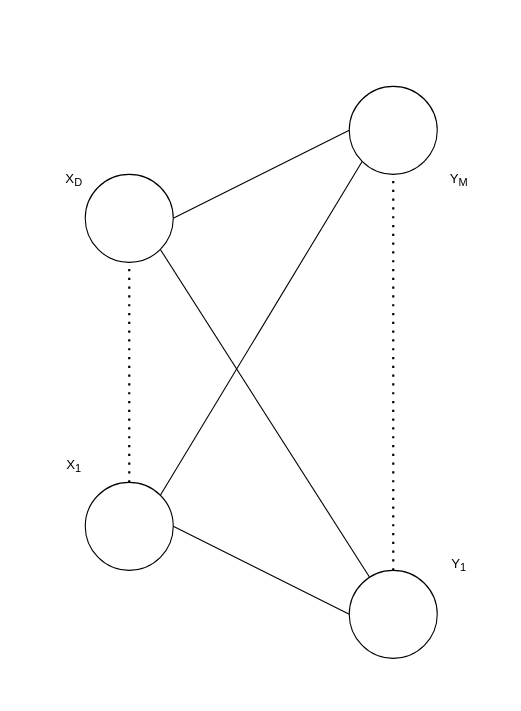
The draw.io diagram page "linear-general" (1 of 4) of assets/linear-layer.drawio in Alexnortung/bsc, before the edit. Source tidied: cells renumbered, new cells numbered last; positions are measured from the earlier drawing's top-left corner, leaving out a move shared by most shapes. Both pictures are drawn from the tidied source at 110%, with x=0, y=0 at pixel (41, 86).
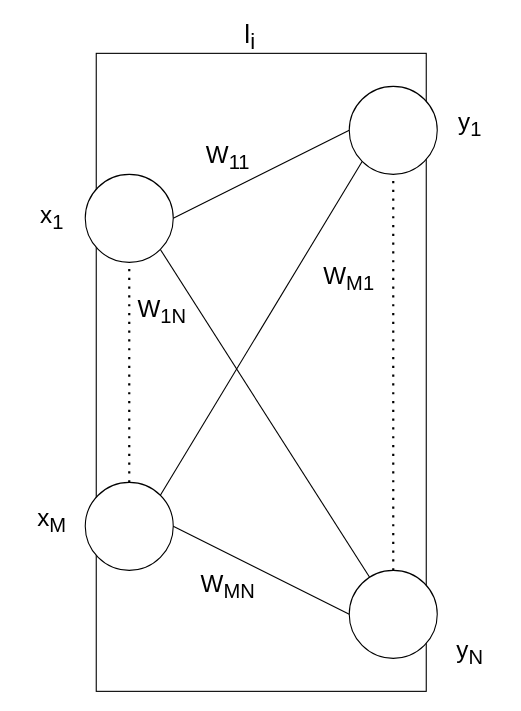
After the change.

Diff of the diagram source:
```diff
@@
+    <mxCell id="16" style="rounded=0;whiteSpace=wrap;html=1;" parent="1" vertex="1">
+      <mxGeometry x="50" y="-30" width="300" height="580" as="geometry" />
+    </mxCell>
@@
-    <mxCell id="12" value="X&lt;sub&gt;1&lt;/sub&gt;" style="text;html=1;strokeColor=none;fillColor=none;align=center;verticalAlign=middle;whiteSpace=wrap;rounded=0;" parent="1" vertex="1">
-      <mxGeometry y="330" width="60" height="30" as="geometry" />
+    <mxCell id="12" value="&lt;font style=&quot;font-size: 22px;&quot;&gt;x&lt;sub&gt;M&lt;/sub&gt;&lt;/font&gt;" style="text;html=1;strokeColor=none;fillColor=none;align=center;verticalAlign=middle;whiteSpace=wrap;rounded=0;" parent="1" vertex="1">
+      <mxGeometry x="-20" y="380" width="60" height="30" as="geometry" />
     </mxCell>
-    <mxCell id="13" value="X&lt;sub&gt;D&lt;/sub&gt;" style="text;html=1;strokeColor=none;fillColor=none;align=center;verticalAlign=middle;whiteSpace=wrap;rounded=0;" parent="1" vertex="1">
-      <mxGeometry y="70" width="60" height="30" as="geometry" />
+    <mxCell id="13" value="&lt;font style=&quot;font-size: 22px;&quot;&gt;x&lt;sub&gt;1&lt;/sub&gt;&lt;/font&gt;" style="text;html=1;strokeColor=none;fillColor=none;align=center;verticalAlign=middle;whiteSpace=wrap;rounded=0;" parent="1" vertex="1">
+      <mxGeometry x="-20" y="105" width="60" height="30" as="geometry" />
     </mxCell>
-    <mxCell id="14" value="Y&lt;sub&gt;M&lt;/sub&gt;" style="text;html=1;strokeColor=none;fillColor=none;align=center;verticalAlign=middle;whiteSpace=wrap;rounded=0;" parent="1" vertex="1">
-      <mxGeometry x="350" y="70" width="60" height="30" as="geometry" />
+    <mxCell id="14" value="&lt;font style=&quot;font-size: 22px;&quot;&gt;y&lt;sub&gt;1&lt;/sub&gt;&lt;/font&gt;" style="text;html=1;strokeColor=none;fillColor=none;align=center;verticalAlign=middle;whiteSpace=wrap;rounded=0;" parent="1" vertex="1">
+      <mxGeometry x="360" y="20" width="60" height="30" as="geometry" />
     </mxCell>
-    <mxCell id="15" value="Y&lt;sub&gt;1&lt;/sub&gt;" style="text;html=1;strokeColor=none;fillColor=none;align=center;verticalAlign=middle;whiteSpace=wrap;rounded=0;" parent="1" vertex="1">
-      <mxGeometry x="350" y="420" width="60" height="30" as="geometry" />
+    <mxCell id="15" value="&lt;font style=&quot;font-size: 22px;&quot;&gt;y&lt;sub&gt;N&lt;/sub&gt;&lt;/font&gt;" style="text;html=1;strokeColor=none;fillColor=none;align=center;verticalAlign=middle;whiteSpace=wrap;rounded=0;" parent="1" vertex="1">
+      <mxGeometry x="360" y="500" width="60" height="30" as="geometry" />
     </mxCell>
+    <mxCell id="17" value="&lt;font style=&quot;font-size: 24px;&quot;&gt;l&lt;sub&gt;i&lt;/sub&gt;&lt;/font&gt;" style="text;html=1;strokeColor=none;fillColor=none;align=center;verticalAlign=middle;whiteSpace=wrap;rounded=0;" parent="1" vertex="1">
+      <mxGeometry x="160" y="-60" width="60" height="30" as="geometry" />
+    </mxCell>
+    <mxCell id="18" value="W&lt;sub&gt;11&lt;/sub&gt;" style="text;html=1;strokeColor=none;fillColor=none;align=center;verticalAlign=middle;whiteSpace=wrap;rounded=0;fontSize=22;" parent="1" vertex="1">
+      <mxGeometry x="140" y="50" width="60" height="30" as="geometry" />
+    </mxCell>
+    <mxCell id="19" value="W&lt;sub&gt;1N&lt;/sub&gt;" style="text;html=1;strokeColor=none;fillColor=none;align=center;verticalAlign=middle;whiteSpace=wrap;rounded=0;fontSize=22;" parent="1" vertex="1">
+      <mxGeometry x="80" y="190" width="60" height="30" as="geometry" />
+    </mxCell>
+    <mxCell id="20" value="W&lt;sub&gt;M1&lt;/sub&gt;" style="text;html=1;strokeColor=none;fillColor=none;align=center;verticalAlign=middle;whiteSpace=wrap;rounded=0;fontSize=22;" parent="1" vertex="1">
+      <mxGeometry x="250" y="160" width="60" height="30" as="geometry" />
+    </mxCell>
+    <mxCell id="21" value="W&lt;sub&gt;MN&lt;/sub&gt;" style="text;html=1;strokeColor=none;fillColor=none;align=center;verticalAlign=middle;whiteSpace=wrap;rounded=0;fontSize=22;" parent="1" vertex="1">
+      <mxGeometry x="140" y="440" width="60" height="30" as="geometry" />
+    </mxCell>
```
